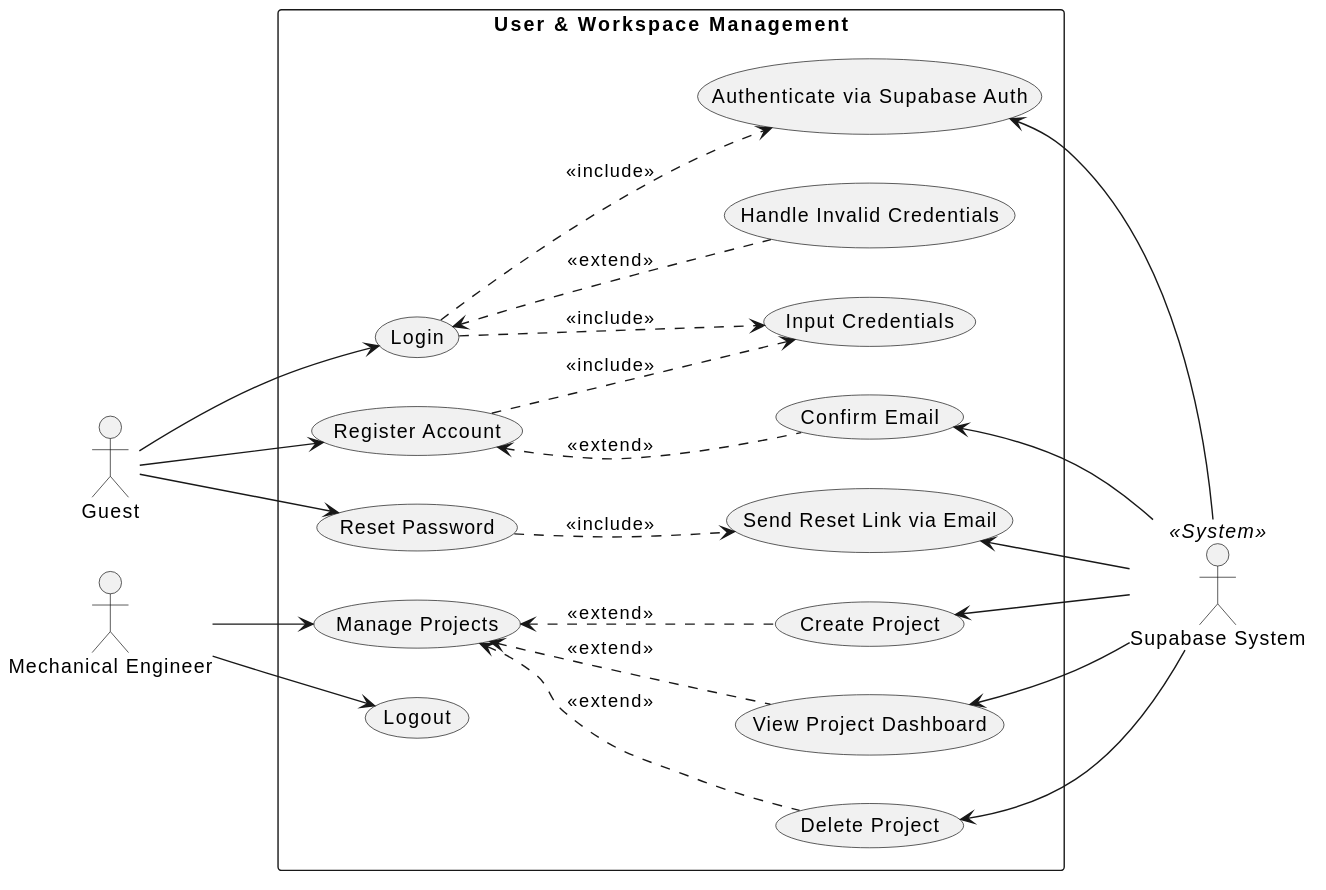
Before: docs/uml/uc_user.svg, a diagram exported from PlantUML (dvydinh/mechdrive). Its diagram source:
```plantuml
@startuml
left to right direction
skinparam packageStyle rectangle

together {
  actor "Guest" as guest
  actor "Mechanical Engineer" as eng
}

actor "Supabase System" as supa << System >>

package "User & Workspace Management" {
  together {
    usecase "Register Account" as UC1
    usecase "Login" as UC2
    usecase "Reset Password" as UC3
    usecase "Logout" as UC6
    usecase "Manage Projects" as UC4
  }

  usecase "Input Credentials" as UC1_1
  usecase "Confirm Email" as UC1_3
  usecase "Authenticate via Supabase Auth" as UC2_1
  usecase "Handle Invalid Credentials" as UC2_2
  usecase "Send Reset Link via Email" as UC3_1
  usecase "Create Project" as UC4_1
  usecase "Delete Project" as UC4_3
  usecase "View Project Dashboard" as UC4_4
}

guest --> UC1
UC1 ..> UC1_1 : <<include>>
UC1 <.. UC1_3 : <<extend>>

guest --> UC2
UC2 ..> UC1_1 : <<include>>
UC2 ..> UC2_1 : <<include>>
UC2 <.. UC2_2 : <<extend>>

guest --> UC3
UC3 ..> UC3_1 : <<include>>

eng --> UC6

eng --> UC4
UC4 <.. UC4_1 : <<extend>>
UC4 <.. UC4_3 : <<extend>>
UC4 <.. UC4_4 : <<extend>>

UC1_3 <-- supa
UC2_1 <-- supa
UC3_1 <-- supa
UC4_1 <-- supa
UC4_3 <-- supa
UC4_4 <-- supa
@enduml
```
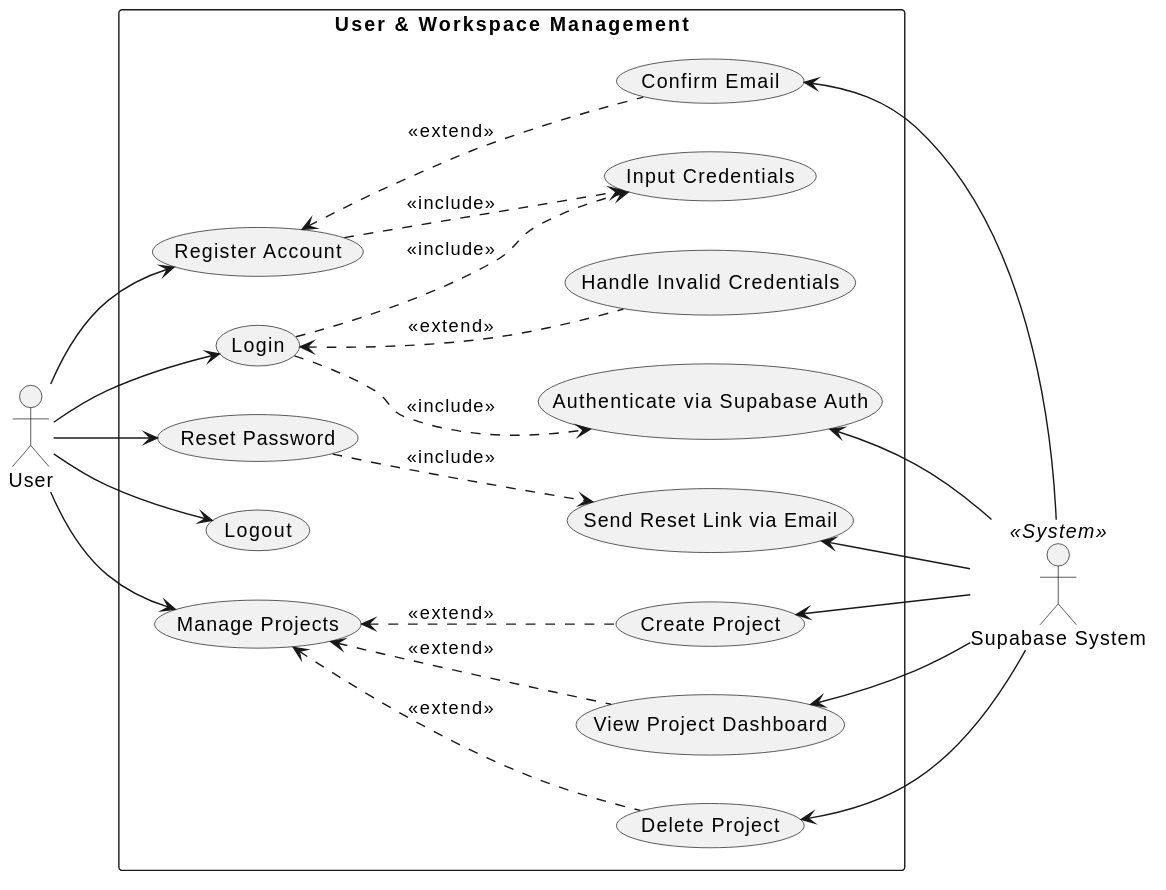
The same file after the commit.

Diff of the diagram source:
```diff
@@ -2,11 +2,7 @@
 left to right direction
 skinparam packageStyle rectangle
 
-together {
-  actor "Guest" as guest
-  actor "Mechanical Engineer" as eng
-}
-
+actor "User" as user
 actor "Supabase System" as supa << System >>
 
 package "User & Workspace Management" {
@@ -28,21 +24,21 @@
   usecase "View Project Dashboard" as UC4_4
 }
 
-guest --> UC1
+user --> UC1
 UC1 ..> UC1_1 : <<include>>
 UC1 <.. UC1_3 : <<extend>>
 
-guest --> UC2
+user --> UC2
 UC2 ..> UC1_1 : <<include>>
 UC2 ..> UC2_1 : <<include>>
 UC2 <.. UC2_2 : <<extend>>
 
-guest --> UC3
+user --> UC3
 UC3 ..> UC3_1 : <<include>>
 
-eng --> UC6
+user --> UC6
 
-eng --> UC4
+user --> UC4
 UC4 <.. UC4_1 : <<extend>>
 UC4 <.. UC4_3 : <<extend>>
 UC4 <.. UC4_4 : <<extend>>
```
